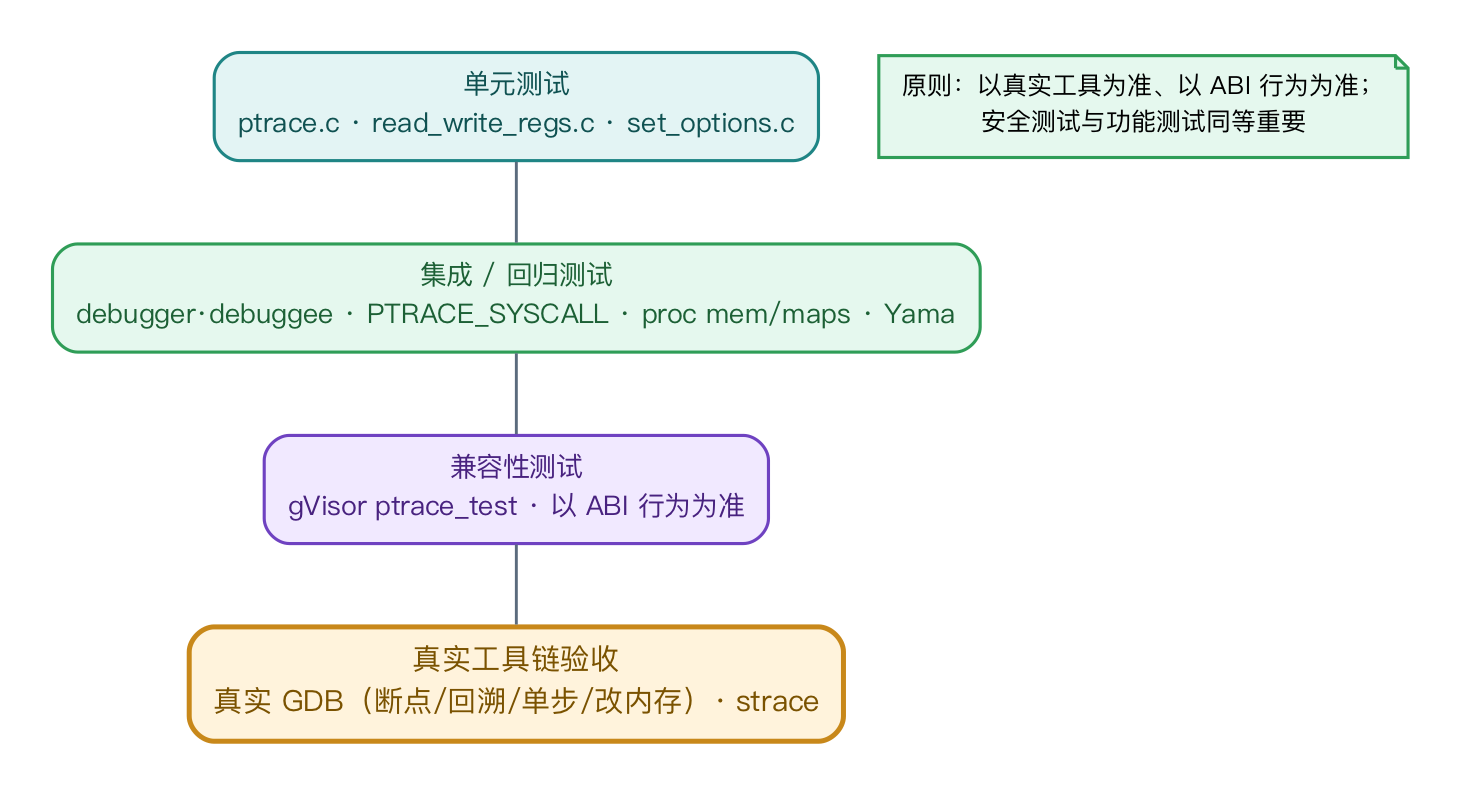
Above: research_practice/assets/12_test_pyramid.png in vvvvsv/asterinas (Graphviz), before the change. Its source is kept beside it as research_practice/assets/12_test_pyramid.dot.
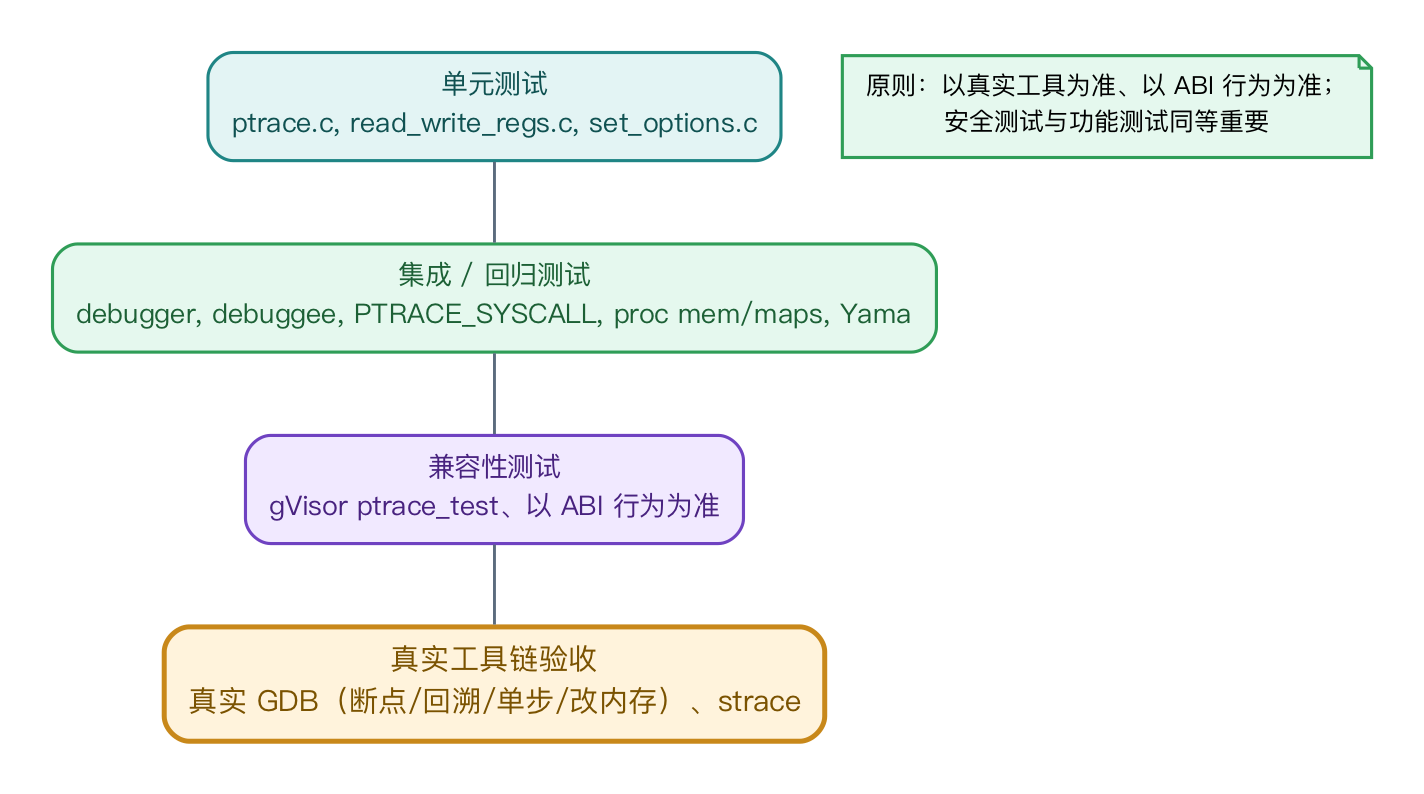
Later version of the same file.

What changed in the source:
```diff
@@ -3,10 +3,10 @@
   graph [fontname="PingFang SC", bgcolor="white", pad="0.35", rankdir=TB, nodesep="0.4", ranksep="0.55"];
   node  [fontname="PingFang SC", shape=box, style="rounded,filled", penwidth=1.5, margin="0.16,0.10", fontsize=13];
   edge  [fontname="PingFang SC", color="#5b6b7d", penwidth=1.4, arrowsize=0.85, fontsize=11];
-  t4 [label="真实工具链验收\n真实 GDB（断点/回溯/单步/改内存）· strace", fillcolor="#FFF3DC", color="#C8881A", fontcolor="#7a5200", penwidth="2.4", fontsize="14"];
-  t3 [label="兼容性测试\ngVisor ptrace_test · 以 ABI 行为为准", fillcolor="#F1E9FF", color="#6F42C1", fontcolor="#48227f"];
-  t2 [label="集成 / 回归测试\ndebugger·debuggee · PTRACE_SYSCALL · proc mem/maps · Yama", fillcolor="#E5F8EE", color="#2F9D57", fontcolor="#1c6035"];
-  t1 [label="单元测试\nptrace.c · read_write_regs.c · set_options.c", fillcolor="#E3F4F4", color="#1F8585", fontcolor="#0f5151"];
+  t4 [label="真实工具链验收\n真实 GDB（断点/回溯/单步/改内存）、strace", fillcolor="#FFF3DC", color="#C8881A", fontcolor="#7a5200", penwidth="2.4", fontsize="14"];
+  t3 [label="兼容性测试\ngVisor ptrace_test、以 ABI 行为为准", fillcolor="#F1E9FF", color="#6F42C1", fontcolor="#48227f"];
+  t2 [label="集成 / 回归测试\ndebugger, debuggee, PTRACE_SYSCALL, proc mem/maps, Yama", fillcolor="#E5F8EE", color="#2F9D57", fontcolor="#1c6035"];
+  t1 [label="单元测试\nptrace.c, read_write_regs.c, set_options.c", fillcolor="#E3F4F4", color="#1F8585", fontcolor="#0f5151"];
 
   t1 -> t2 -> t3 -> t4 [dir=none];
 
```
